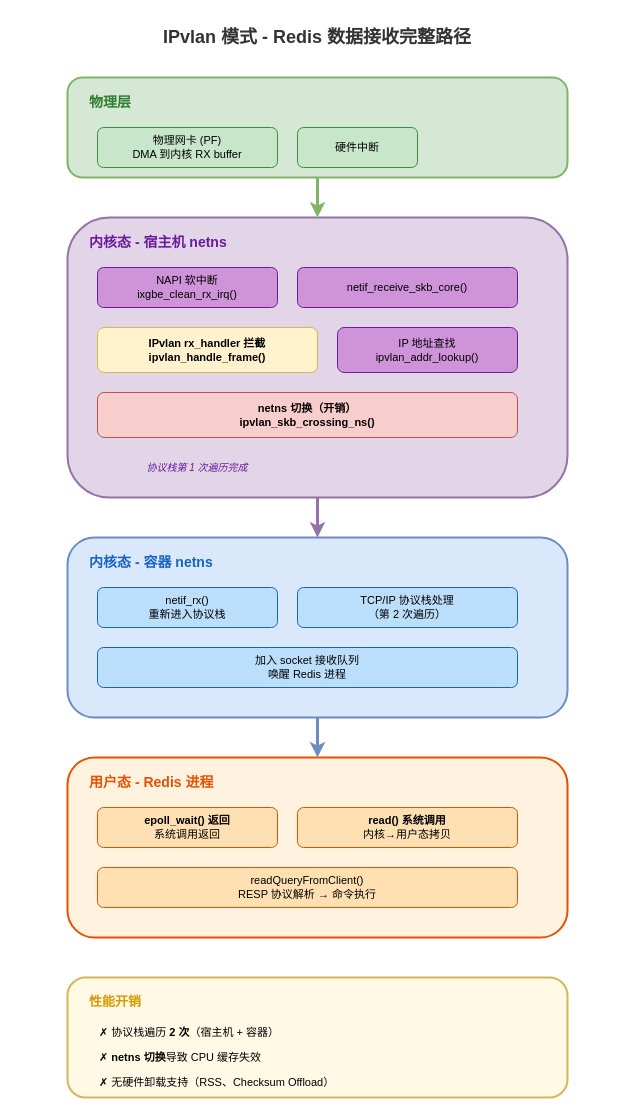
Above: diagrams/redis/redis_rx_ipvlan.drawio in fsqHub/docker-sriov-plugin (draw.io), before the change. Source tidied: cells renumbered, new cells numbered last; positions are measured from the earlier drawing's top-left corner, leaving out a move shared by most shapes. Both pictures are drawn from the tidied source at 100%, with x=0, y=0 at pixel (17, 17).
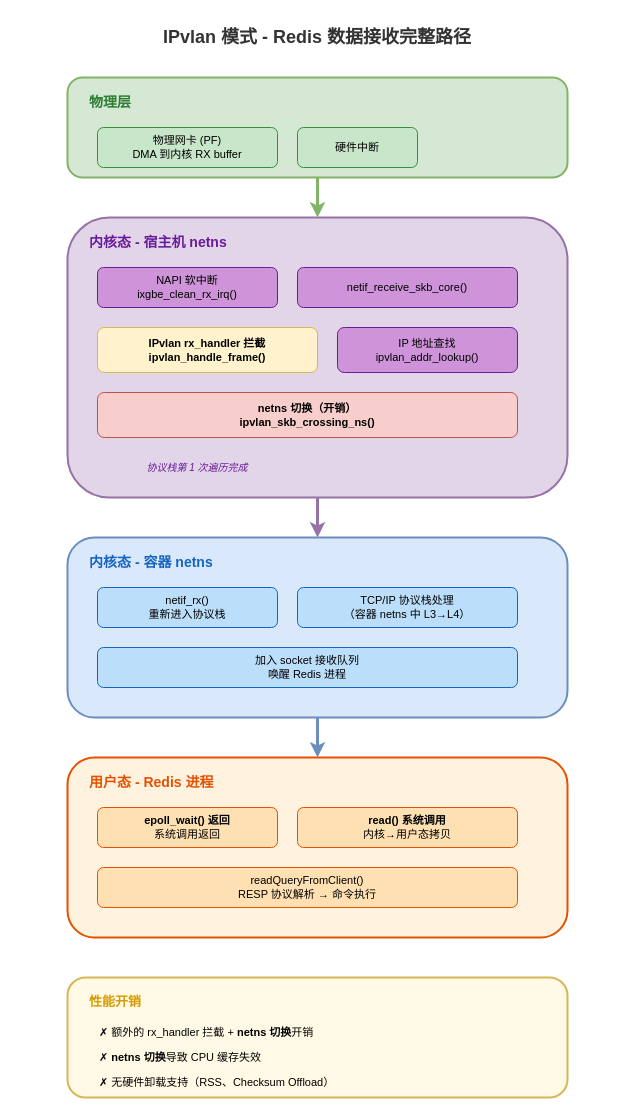
The same page after the edit.

What changed in the source:
```diff
@@
-    <mxCell id="18" value="TCP/IP 协议栈处理&#10;（第 2 次遍历）" style="rounded=1;whiteSpace=wrap;html=1;fillColor=#bbdefb;strokeColor=#1565c0;fontSize=11;" parent="1" vertex="1">
+    <mxCell id="18" value="TCP/IP 协议栈处理&#10;（容器 netns 中 L3→L4）" style="rounded=1;whiteSpace=wrap;html=1;fillColor=#bbdefb;strokeColor=#1565c0;fontSize=11;" parent="1" vertex="1">
       <mxGeometry x="280" y="570" width="220" height="40" as="geometry" />
     </mxCell>
@@
-    <mxCell id="30" value="✗ 协议栈遍历 &lt;b&gt;2 次&lt;/b&gt;（宿主机 + 容器）" style="text;html=1;align=left;verticalAlign=middle;whiteSpace=wrap;fontSize=11;" parent="1" vertex="1">
+    <mxCell id="30" value="✗ 额外的 rx_handler 拦截 + &lt;b&gt;netns 切换&lt;/b&gt;开销" style="text;html=1;align=left;verticalAlign=middle;whiteSpace=wrap;fontSize=11;" parent="1" vertex="1">
       <mxGeometry x="80" y="1005" width="250" height="20" as="geometry" />
     </mxCell>
```
